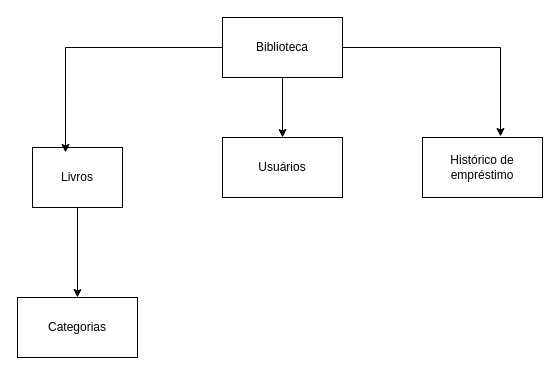
Earlier version of the draw.io diagram Diagrama sem nome.drawio (CaioPita/Banco-de-Dados). Source tidied: cells renumbered, new cells numbered last; positions are measured from the earlier drawing's top-left corner, leaving out a move shared by most shapes. Both pictures are drawn from the tidied source at 100%, with x=0, y=0 at pixel (17, 17).
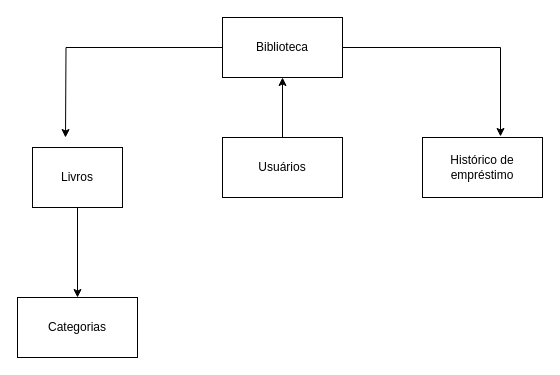
After the change.

The edit, as a diff of the source:
```diff
@@
 <mxGraphModel>
   <root>
     <mxCell id="0" />
     <mxCell id="1" parent="0" />
     <mxCell id="2" value="Categorias" style="rounded=0;whiteSpace=wrap;html=1;" parent="1" vertex="1">
       <mxGeometry y="280" width="120" height="60" as="geometry" />
     </mxCell>
     <mxCell id="3" style="edgeStyle=orthogonalEdgeStyle;rounded=0;jettySize=auto;html=1;exitX=0.5;exitY=1;exitDx=0;exitDy=0;entryX=0.5;entryY=0;entryDx=0;entryDy=0;" parent="1" edge="1" source="4" target="2">
       <mxGeometry relative="1" as="geometry" />
     </mxCell>
     <mxCell id="4" value="Livros" style="rounded=0;whiteSpace=wrap;html=1;" parent="1" vertex="1">
       <mxGeometry x="15" y="130" width="90" height="60" as="geometry" />
     </mxCell>
+    <mxCell id="11" style="edgeStyle=orthogonalEdgeStyle;rounded=0;jettySize=auto;html=1;exitX=0.5;exitY=0;exitDx=0;exitDy=0;entryX=0.5;entryY=1;entryDx=0;entryDy=0;" parent="1" edge="1" source="5" target="8">
+      <mxGeometry relative="1" as="geometry" />
+    </mxCell>
     <mxCell id="5" value="Usuários" style="rounded=0;whiteSpace=wrap;html=1;" parent="1" vertex="1">
       <mxGeometry x="205" y="120" width="120" height="60" as="geometry" />
     </mxCell>
     <mxCell id="6" value="Histórico de empréstimo" style="rounded=0;whiteSpace=wrap;html=1;" parent="1" vertex="1">
       <mxGeometry x="405" y="120" width="120" height="60" as="geometry" />
     </mxCell>
-    <mxCell id="7" style="edgeStyle=orthogonalEdgeStyle;rounded=0;jettySize=auto;html=1;exitX=0.5;exitY=1;exitDx=0;exitDy=0;entryX=0.5;entryY=0;entryDx=0;entryDy=0;" parent="1" edge="1" source="8" target="5">
-      <mxGeometry relative="1" as="geometry" />
-    </mxCell>
     <mxCell id="8" value="Biblioteca" style="rounded=0;whiteSpace=wrap;html=1;" parent="1" vertex="1">
       <mxGeometry x="205" width="120" height="60" as="geometry" />
     </mxCell>
-    <mxCell id="9" style="edgeStyle=orthogonalEdgeStyle;rounded=0;jettySize=auto;html=1;exitX=0;exitY=0.5;exitDx=0;exitDy=0;entryX=0.367;entryY=0.083;entryDx=0;entryDy=0;entryPerimeter=0;" parent="1" edge="1" source="8" target="4">
-      <mxGeometry relative="1" as="geometry" />
+    <mxCell id="9" style="edgeStyle=orthogonalEdgeStyle;rounded=0;jettySize=auto;html=1;exitX=0;exitY=0.5;exitDx=0;exitDy=0;" parent="1" edge="1" source="8">
+      <mxGeometry relative="1" as="geometry">
+        <mxPoint x="48" y="120" as="targetPoint" />
+      </mxGeometry>
     </mxCell>
     <mxCell id="10" style="edgeStyle=orthogonalEdgeStyle;rounded=0;jettySize=auto;html=1;exitX=1;exitY=0.5;exitDx=0;exitDy=0;entryX=0.65;entryY=-0.017;entryDx=0;entryDy=0;entryPerimeter=0;" parent="1" edge="1" source="8" target="6">
       <mxGeometry relative="1" as="geometry" />
     </mxCell>
   </root>
 </mxGraphModel>
```
